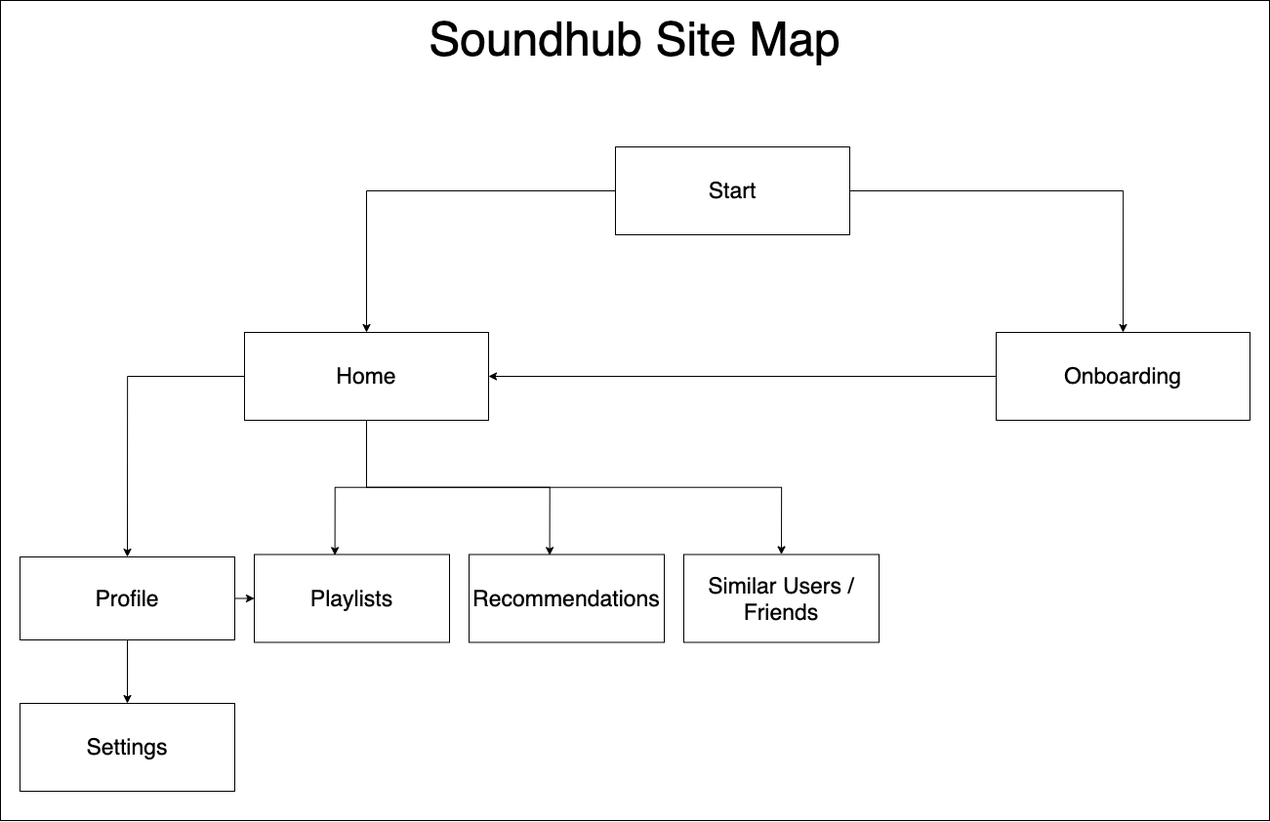
The draw.io diagram ux-design/sitemap.png in software-assignments-spring2021/spring-2020-gifted-hammer, before a commit. Source tidied: cells renumbered, new cells last; positions are measured from the earlier drawing's top-left corner, leaving out a move shared by most shapes.
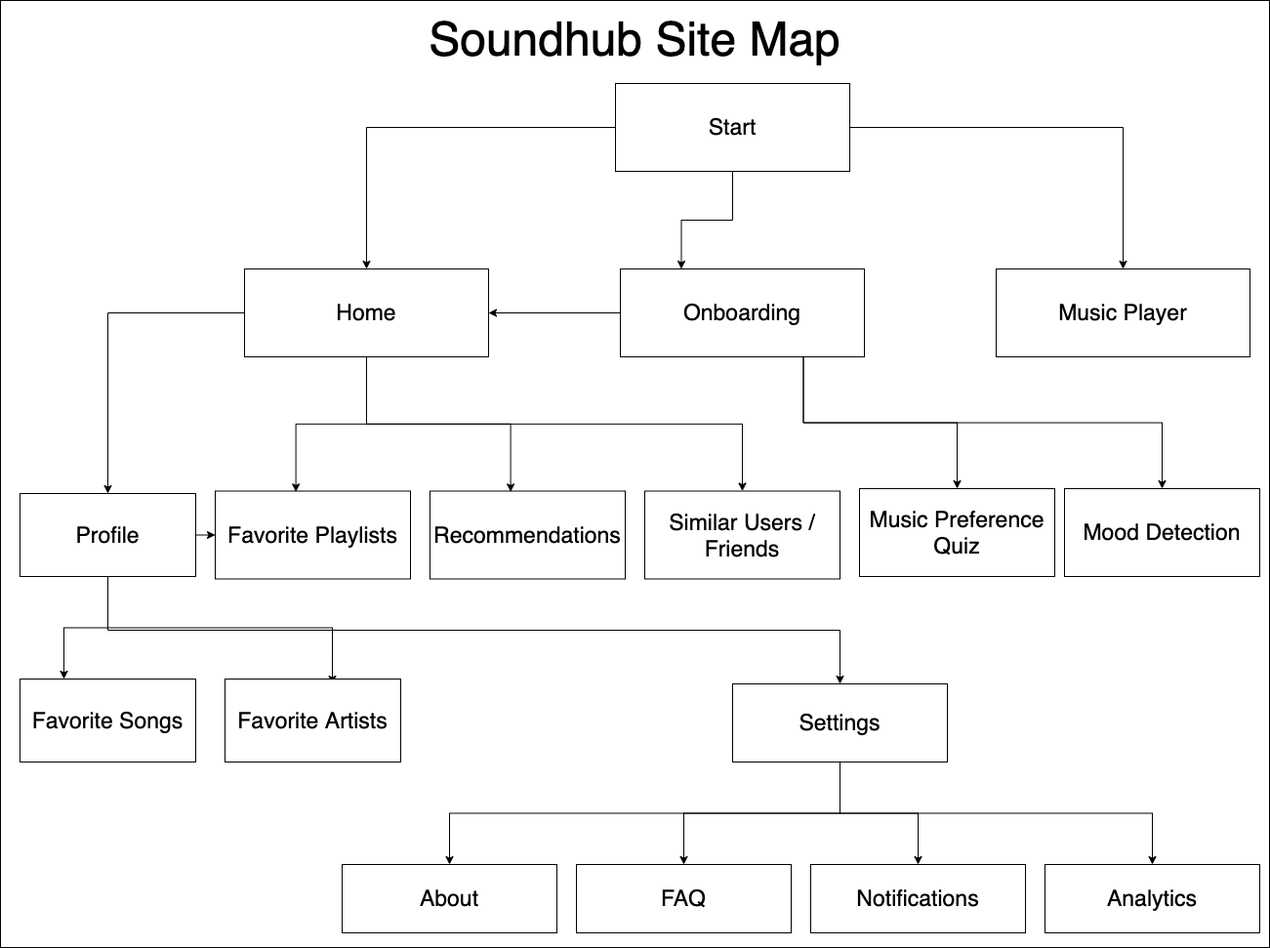
The same diagram one commit later.

Diff of the diagram source:
```diff
@@ -2,62 +2,116 @@
   <root>
     <mxCell id="0" />
     <mxCell id="1" parent="0" />
+    <mxCell id="21" style="rounded=0;whiteSpace=wrap;html=1;fillColor=none;" parent="1" vertex="1">
+      <mxGeometry x="20" y="-35" width="1300" height="970" as="geometry" />
+    </mxCell>
     <mxCell id="2" style="edgeStyle=orthogonalEdgeStyle;rounded=0;jettySize=auto;html=1;exitX=0;exitY=0.5;exitDx=0;exitDy=0;entryX=0.5;entryY=0;entryDx=0;entryDy=0;" parent="1" edge="1" source="4" target="15">
       <mxGeometry relative="1" as="geometry" />
     </mxCell>
+    <mxCell id="22" style="edgeStyle=orthogonalEdgeStyle;rounded=0;jettySize=auto;html=1;exitX=1;exitY=0.5;exitDx=0;exitDy=0;entryX=0.5;entryY=0;entryDx=0;entryDy=0;" parent="1" edge="1" source="4" target="23">
+      <mxGeometry relative="1" as="geometry" />
+    </mxCell>
-    <mxCell id="3" style="edgeStyle=orthogonalEdgeStyle;rounded=0;jettySize=auto;html=1;exitX=1;exitY=0.5;exitDx=0;exitDy=0;entryX=0.5;entryY=0;entryDx=0;entryDy=0;" parent="1" edge="1" source="4" target="5">
+    <mxCell id="3" style="edgeStyle=orthogonalEdgeStyle;rounded=0;jettySize=auto;html=1;exitX=0.5;exitY=1;exitDx=0;exitDy=0;entryX=0.25;entryY=0;entryDx=0;entryDy=0;" parent="1" edge="1" source="4" target="5">
       <mxGeometry relative="1" as="geometry" />
     </mxCell>
     <mxCell id="4" value="&lt;font style=&quot;font-size: 23px&quot;&gt;Start&lt;/font&gt;" style="rounded=0;whiteSpace=wrap;html=1;" parent="1" vertex="1">
-      <mxGeometry x="630" y="150" width="240" height="90" as="geometry" />
+      <mxGeometry x="650" y="50" width="240" height="90" as="geometry" />
     </mxCell>
-    <mxCell id="5" value="&lt;span style=&quot;font-size: 23px&quot;&gt;Onboarding&lt;br&gt;&lt;/span&gt;" style="rounded=0;whiteSpace=wrap;html=1;" parent="1" vertex="1">
-      <mxGeometry x="1020" y="340" width="260" height="90" as="geometry" />
-    </mxCell>
+    <mxCell id="23" value="&lt;span style=&quot;font-size: 23px&quot;&gt;Music Player&lt;br&gt;&lt;/span&gt;" style="rounded=0;whiteSpace=wrap;html=1;" parent="1" vertex="1">
+      <mxGeometry x="1040" y="240" width="260" height="90" as="geometry" />
+    </mxCell>
     <mxCell id="6" style="edgeStyle=orthogonalEdgeStyle;rounded=0;jettySize=auto;html=1;exitX=0.5;exitY=1;exitDx=0;exitDy=0;entryX=0.5;entryY=0;entryDx=0;entryDy=0;" parent="1" edge="1" source="8" target="10">
       <mxGeometry relative="1" as="geometry" />
     </mxCell>
-    <mxCell id="7" style="edgeStyle=orthogonalEdgeStyle;rounded=0;jettySize=auto;html=1;exitX=1;exitY=0.5;exitDx=0;exitDy=0;entryX=0;entryY=0.5;entryDx=0;entryDy=0;" parent="1" edge="1" source="8" target="11">
-      <mxGeometry relative="1" as="geometry" />
-    </mxCell>
+    <mxCell id="24" style="edgeStyle=orthogonalEdgeStyle;rounded=0;jettySize=auto;html=1;exitX=1;exitY=0.5;exitDx=0;exitDy=0;entryX=0;entryY=0.5;entryDx=0;entryDy=0;" parent="1" edge="1" source="8" target="32">
+      <mxGeometry relative="1" as="geometry" />
+    </mxCell>
+    <mxCell id="25" style="edgeStyle=orthogonalEdgeStyle;rounded=0;jettySize=auto;html=1;exitX=0.5;exitY=1;exitDx=0;exitDy=0;entryX=0.25;entryY=0;entryDx=0;entryDy=0;" parent="1" edge="1" source="8" target="39">
+      <mxGeometry relative="1" as="geometry" />
+    </mxCell>
+    <mxCell id="26" style="edgeStyle=orthogonalEdgeStyle;rounded=0;jettySize=auto;html=1;exitX=0.5;exitY=1;exitDx=0;exitDy=0;entryX=0.611;entryY=0.059;entryDx=0;entryDy=0;entryPerimeter=0;" parent="1" edge="1" source="8" target="40">
+      <mxGeometry relative="1" as="geometry" />
+    </mxCell>
     <mxCell id="8" value="&lt;font style=&quot;font-size: 23px&quot;&gt;Profile&lt;/font&gt;" style="rounded=0;whiteSpace=wrap;html=1;" parent="1" vertex="1">
-      <mxGeometry x="20" y="570" width="220" height="85" as="geometry" />
+      <mxGeometry x="40" y="470" width="180" height="85" as="geometry" />
     </mxCell>
     <mxCell id="9" value="&lt;font style=&quot;font-size: 23px&quot;&gt;Recommendations&lt;/font&gt;" style="rounded=0;whiteSpace=wrap;html=1;" parent="1" vertex="1">
-      <mxGeometry x="480" y="567.5" width="200" height="90" as="geometry" />
+      <mxGeometry x="460" y="467.5" width="200" height="90" as="geometry" />
     </mxCell>
+    <mxCell id="27" style="edgeStyle=orthogonalEdgeStyle;rounded=0;jettySize=auto;html=1;exitX=0.5;exitY=1;exitDx=0;exitDy=0;entryX=0.5;entryY=0;entryDx=0;entryDy=0;" parent="1" edge="1" source="10" target="31">
+      <mxGeometry relative="1" as="geometry" />
+    </mxCell>
+    <mxCell id="28" style="edgeStyle=orthogonalEdgeStyle;rounded=0;jettySize=auto;html=1;exitX=0.5;exitY=1;exitDx=0;exitDy=0;entryX=0.5;entryY=0;entryDx=0;entryDy=0;" parent="1" edge="1" source="10" target="37">
+      <mxGeometry relative="1" as="geometry" />
+    </mxCell>
+    <mxCell id="29" style="edgeStyle=orthogonalEdgeStyle;rounded=0;jettySize=auto;html=1;exitX=0.5;exitY=1;exitDx=0;exitDy=0;" parent="1" edge="1" source="10" target="34">
+      <mxGeometry relative="1" as="geometry" />
+    </mxCell>
+    <mxCell id="30" style="edgeStyle=orthogonalEdgeStyle;rounded=0;jettySize=auto;html=1;exitX=0.5;exitY=1;exitDx=0;exitDy=0;entryX=0.5;entryY=0;entryDx=0;entryDy=0;" parent="1" edge="1" source="10" target="38">
+      <mxGeometry relative="1" as="geometry" />
+    </mxCell>
     <mxCell id="10" value="&lt;font style=&quot;font-size: 23px&quot;&gt;Settings&lt;/font&gt;" style="rounded=0;whiteSpace=wrap;html=1;" parent="1" vertex="1">
-      <mxGeometry x="20" y="720" width="220" height="90" as="geometry" />
+      <mxGeometry x="770" y="665" width="220" height="80" as="geometry" />
     </mxCell>
-    <mxCell id="11" value="&lt;font style=&quot;font-size: 23px&quot;&gt;Playlists&lt;/font&gt;" style="rounded=0;whiteSpace=wrap;html=1;" parent="1" vertex="1">
-      <mxGeometry x="260" y="567.5" width="200" height="90" as="geometry" />
-    </mxCell>
+    <mxCell id="31" value="&lt;font style=&quot;font-size: 23px&quot;&gt;About&lt;/font&gt;" style="rounded=0;whiteSpace=wrap;html=1;" parent="1" vertex="1">
+      <mxGeometry x="370" y="850" width="220" height="70" as="geometry" />
+    </mxCell>
+    <mxCell id="32" value="&lt;font style=&quot;font-size: 23px&quot;&gt;Favorite Playlists&lt;/font&gt;" style="rounded=0;whiteSpace=wrap;html=1;" parent="1" vertex="1">
+      <mxGeometry x="240" y="467.5" width="200" height="90" as="geometry" />
+    </mxCell>
     <mxCell id="12" style="edgeStyle=orthogonalEdgeStyle;rounded=0;jettySize=auto;html=1;exitX=0;exitY=0.5;exitDx=0;exitDy=0;entryX=0.5;entryY=0;entryDx=0;entryDy=0;" parent="1" edge="1" source="15" target="8">
       <mxGeometry relative="1" as="geometry" />
     </mxCell>
-    <mxCell id="13" style="edgeStyle=orthogonalEdgeStyle;rounded=0;jettySize=auto;html=1;exitX=0.5;exitY=1;exitDx=0;exitDy=0;entryX=0.413;entryY=0.009;entryDx=0;entryDy=0;entryPerimeter=0;" parent="1" edge="1" source="15" target="11">
-      <mxGeometry relative="1" as="geometry" />
-    </mxCell>
+    <mxCell id="33" style="edgeStyle=orthogonalEdgeStyle;rounded=0;jettySize=auto;html=1;exitX=0.5;exitY=1;exitDx=0;exitDy=0;entryX=0.413;entryY=0.009;entryDx=0;entryDy=0;entryPerimeter=0;" parent="1" edge="1" source="15" target="32">
+      <mxGeometry relative="1" as="geometry" />
+    </mxCell>
     <mxCell id="14" style="edgeStyle=orthogonalEdgeStyle;rounded=0;jettySize=auto;html=1;exitX=0.5;exitY=1;exitDx=0;exitDy=0;entryX=0.413;entryY=0.009;entryDx=0;entryDy=0;entryPerimeter=0;" parent="1" edge="1" source="15" target="9">
       <mxGeometry relative="1" as="geometry" />
     </mxCell>
     <mxCell id="15" value="&lt;font style=&quot;font-size: 23px&quot;&gt;Home&lt;/font&gt;" style="rounded=0;whiteSpace=wrap;html=1;" parent="1" vertex="1">
-      <mxGeometry x="250" y="340" width="250" height="90" as="geometry" />
+      <mxGeometry x="270" y="240" width="250" height="90" as="geometry" />
     </mxCell>
     <mxCell id="16" style="edgeStyle=orthogonalEdgeStyle;rounded=0;jettySize=auto;html=1;exitX=0.5;exitY=1;exitDx=0;exitDy=0;entryX=0.5;entryY=0;entryDx=0;entryDy=0;" parent="1" edge="1" source="15" target="18">
       <mxGeometry relative="1" as="geometry" />
     </mxCell>
-    <mxCell id="17" style="edgeStyle=orthogonalEdgeStyle;rounded=0;jettySize=auto;html=1;exitX=0;exitY=0.5;exitDx=0;exitDy=0;entryX=1;entryY=0.5;entryDx=0;entryDy=0;" parent="1" edge="1" source="5" target="15">
-      <mxGeometry relative="1" as="geometry" />
-    </mxCell>
     <mxCell id="18" value="&lt;font style=&quot;font-size: 23px&quot;&gt;Similar Users / Friends&lt;/font&gt;" style="rounded=0;whiteSpace=wrap;html=1;" parent="1" vertex="1">
-      <mxGeometry x="700" y="567.5" width="200" height="90" as="geometry" />
+      <mxGeometry x="680" y="467.5" width="200" height="90" as="geometry" />
     </mxCell>
     <mxCell id="19" value="&lt;font style=&quot;font-size: 48px&quot;&gt;Soundhub Site Map&lt;/font&gt;" style="text;html=1;strokeColor=none;fillColor=none;align=center;verticalAlign=middle;whiteSpace=wrap;rounded=0;" parent="1" vertex="1">
-      <mxGeometry x="370" y="30" width="560" height="20" as="geometry" />
+      <mxGeometry x="390" y="-5" width="560" height="20" as="geometry" />
     </mxCell>
-    <mxCell id="20" style="rounded=0;whiteSpace=wrap;html=1;fillColor=none;" parent="1" vertex="1">
-      <mxGeometry width="1300" height="840" as="geometry" />
-    </mxCell>
+    <mxCell id="34" value="&lt;span style=&quot;font-size: 23px&quot;&gt;Notifications&lt;/span&gt;" style="rounded=0;whiteSpace=wrap;html=1;" parent="1" vertex="1">
+      <mxGeometry x="850" y="850" width="220" height="70" as="geometry" />
+    </mxCell>
+    <mxCell id="35" value="&lt;span style=&quot;font-size: 23px&quot;&gt;Music Preference Quiz&lt;/span&gt;&lt;span style=&quot;color: rgba(0 , 0 , 0 , 0) ; font-family: monospace ; font-size: 0px ; white-space: nowrap&quot;&gt;%3CmxGraphModel%3E%3Croot%3E%3CmxCell%20id%3D%220%22%2F%3E%3CmxCell%20id%3D%221%22%20parent%3D%220%22%2F%3E%3CmxCell%20id%3D%222%22%20value%3D%22%26lt%3Bfont%20style%3D%26quot%3Bfont-size%3A%2023px%26quot%3B%26gt%3BPlaylists%26lt%3B%2Ffont%26gt%3B%22%20style%3D%22rounded%3D0%3BwhiteSpace%3Dwrap%3Bhtml%3D1%3B%22%20vertex%3D%221%22%20parent%3D%221%22%3E%3CmxGeometry%20x%3D%22-450%22%20y%3D%22667.5%22%20width%3D%22200%22%20height%3D%2290%22%20as%3D%22geometry%22%2F%3E%3C%2FmxCell%3E%3C%2Froot%3E%3C%2FmxGraphModel%3E&lt;/span&gt;" style="rounded=0;whiteSpace=wrap;html=1;" parent="1" vertex="1">
+      <mxGeometry x="900" y="465" width="200" height="90" as="geometry" />
+    </mxCell>
+    <mxCell id="36" value="&lt;font style=&quot;font-size: 23px&quot;&gt;Mood Detection&lt;/font&gt;" style="rounded=0;whiteSpace=wrap;html=1;" parent="1" vertex="1">
+      <mxGeometry x="1110" y="465" width="200" height="90" as="geometry" />
+    </mxCell>
+    <mxCell id="37" value="&lt;font style=&quot;font-size: 23px&quot;&gt;FAQ&lt;/font&gt;" style="rounded=0;whiteSpace=wrap;html=1;" parent="1" vertex="1">
+      <mxGeometry x="610" y="850" width="220" height="70" as="geometry" />
+    </mxCell>
+    <mxCell id="38" value="&lt;span style=&quot;font-size: 23px&quot;&gt;Analytics&lt;/span&gt;" style="rounded=0;whiteSpace=wrap;html=1;" parent="1" vertex="1">
+      <mxGeometry x="1090" y="850" width="220" height="70" as="geometry" />
+    </mxCell>
+    <mxCell id="39" value="&lt;font style=&quot;font-size: 23px&quot;&gt;Favorite Songs&lt;/font&gt;" style="rounded=0;whiteSpace=wrap;html=1;" parent="1" vertex="1">
+      <mxGeometry x="40" y="660" width="180" height="85" as="geometry" />
+    </mxCell>
+    <mxCell id="40" value="&lt;font style=&quot;font-size: 23px&quot;&gt;Favorite Artists&lt;/font&gt;" style="rounded=0;whiteSpace=wrap;html=1;" parent="1" vertex="1">
+      <mxGeometry x="250" y="660" width="180" height="85" as="geometry" />
+    </mxCell>
+    <mxCell id="17" style="edgeStyle=orthogonalEdgeStyle;rounded=0;jettySize=auto;html=1;exitX=0;exitY=0.5;exitDx=0;exitDy=0;entryX=1;entryY=0.5;entryDx=0;entryDy=0;" parent="1" edge="1" source="5" target="15">
+      <mxGeometry relative="1" as="geometry" />
+    </mxCell>
+    <mxCell id="41" style="edgeStyle=orthogonalEdgeStyle;rounded=0;jettySize=auto;html=1;exitX=0.75;exitY=1;exitDx=0;exitDy=0;entryX=0.5;entryY=0;entryDx=0;entryDy=0;" parent="1" edge="1" source="5" target="36">
+      <mxGeometry relative="1" as="geometry" />
+    </mxCell>
+    <mxCell id="42" style="edgeStyle=orthogonalEdgeStyle;rounded=0;jettySize=auto;html=1;exitX=0.75;exitY=1;exitDx=0;exitDy=0;entryX=0.5;entryY=0;entryDx=0;entryDy=0;" parent="1" edge="1" source="5" target="35">
+      <mxGeometry relative="1" as="geometry" />
+    </mxCell>
+    <mxCell id="5" value="&lt;font style=&quot;font-size: 23px&quot;&gt;Onboarding&lt;/font&gt;" style="rounded=0;whiteSpace=wrap;html=1;" parent="1" vertex="1">
+      <mxGeometry x="655" y="240" width="250" height="90" as="geometry" />
+    </mxCell>
   </root>
 </mxGraphModel>
```
